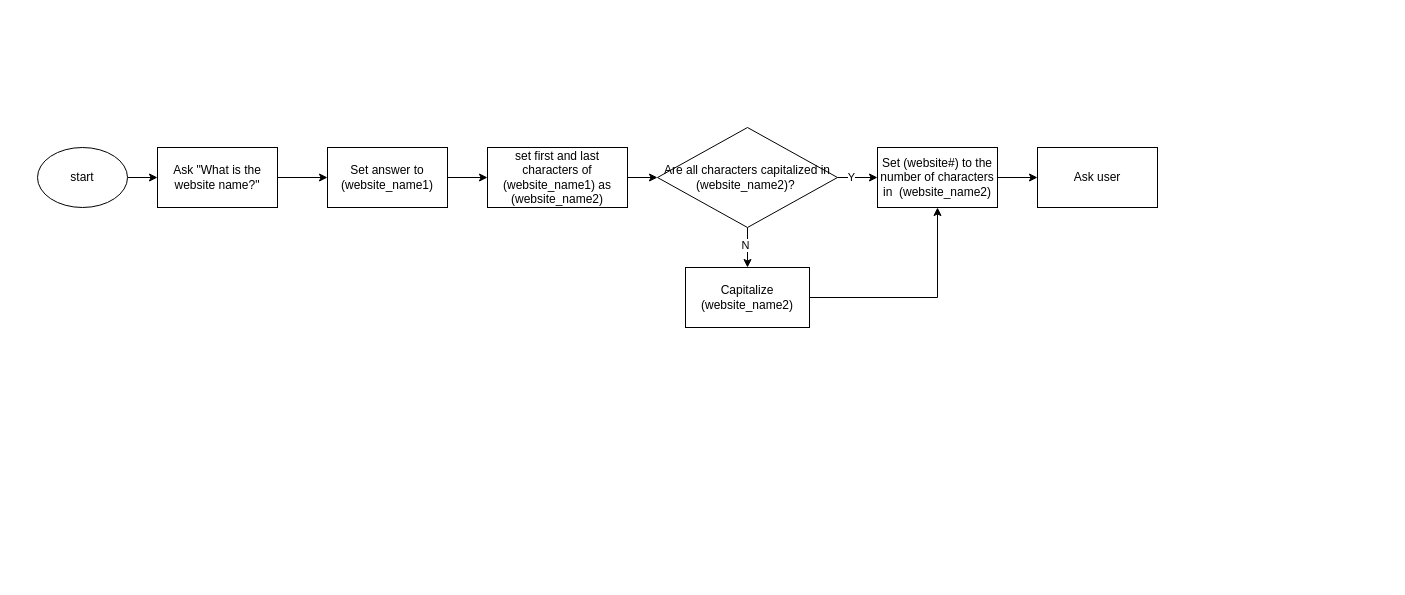
Above: Untitled Diagram.drawio in RileeyL/Password_generator (draw.io), before the change. Source tidied: cells renumbered, new cells numbered last; positions are measured from the earlier drawing's top-left corner, leaving out a move shared by most shapes. Both pictures are drawn from the tidied source at 100%, with x=0, y=0 at pixel (37, 127).
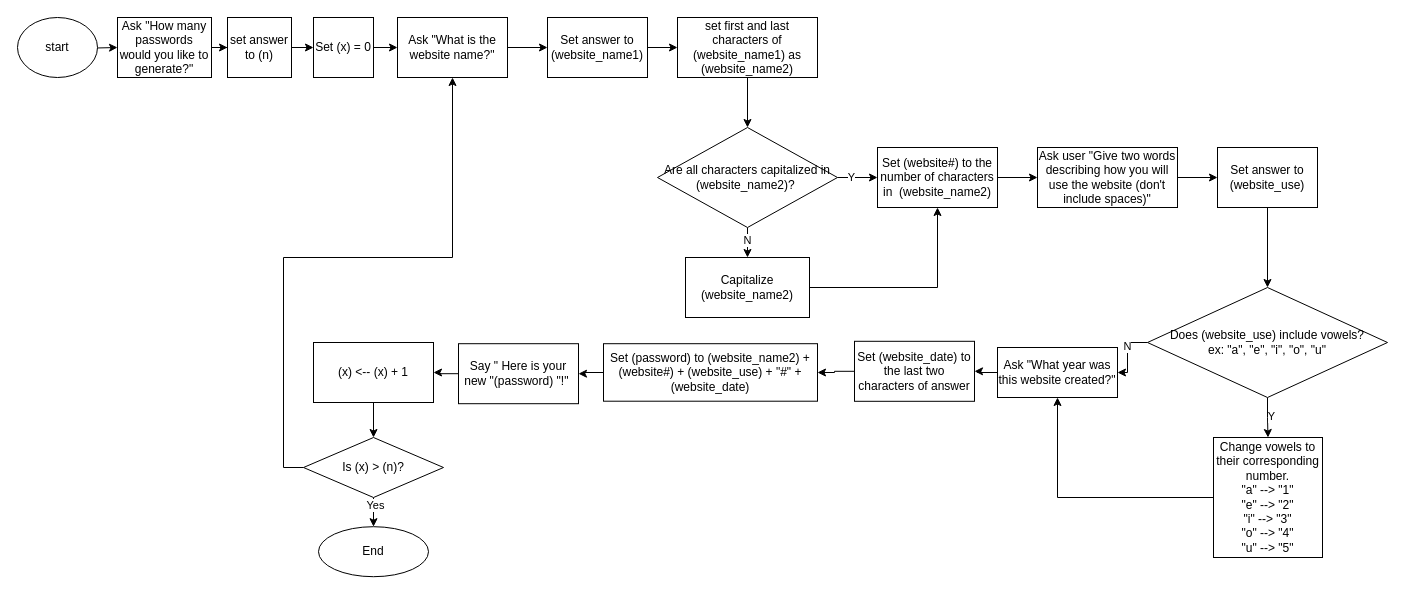
After the change.

Unchanged cells that the change refers to:
```xml
<mxCell id="18" value="Are all characters capitalized in (website_name2)?&amp;nbsp;" style="rhombus;whiteSpace=wrap;html=1;" parent="1" vertex="1">
  <mxGeometry x="620" width="180" height="100" as="geometry" />
</mxCell>
```

Change to the diagram source:
```diff
@@
-    <mxCell id="2" style="edgeStyle=orthogonalEdgeStyle;rounded=0;jettySize=auto;html=1;exitX=1;exitY=0.5;exitDx=0;exitDy=0;entryX=0;entryY=0.5;entryDx=0;entryDy=0;" parent="1" edge="1" source="3">
-      <mxGeometry relative="1" as="geometry">
-        <mxPoint x="120" y="50" as="targetPoint" />
-      </mxGeometry>
-    </mxCell>
+    <mxCell id="20" style="edgeStyle=orthogonalEdgeStyle;rounded=0;jettySize=auto;html=1;" parent="1" edge="1" target="41">
+      <mxGeometry relative="1" as="geometry">
+        <mxPoint x="36" y="-80" as="sourcePoint" />
+      </mxGeometry>
+    </mxCell>
     <mxCell id="3" value="start" style="ellipse;whiteSpace=wrap;html=1;" parent="1" vertex="1">
-      <mxGeometry y="20" width="90" height="60" as="geometry" />
+      <mxGeometry x="-20" y="-110" width="80" height="60" as="geometry" />
     </mxCell>
-    <mxCell id="4" style="edgeStyle=orthogonalEdgeStyle;rounded=0;jettySize=auto;html=1;" parent="1" edge="1" source="5" target="13">
+    <mxCell id="4" style="edgeStyle=orthogonalEdgeStyle;rounded=0;jettySize=auto;html=1;exitX=1;exitY=0.5;exitDx=0;exitDy=0;entryX=0;entryY=0.5;entryDx=0;entryDy=0;" parent="1" edge="1" source="5" target="13">
       <mxGeometry relative="1" as="geometry" />
     </mxCell>
     <mxCell id="5" value="Ask &quot;What is the website name?&quot;" style="whiteSpace=wrap;html=1;" parent="1" vertex="1">
-      <mxGeometry x="120" y="20" width="120" height="60" as="geometry" />
+      <mxGeometry x="360" y="-110" width="110" height="60" as="geometry" />
     </mxCell>
@@
     <mxCell id="7" value="set first and last characters of (website_name1) as (website_name2)" style="whiteSpace=wrap;html=1;" parent="1" vertex="1">
-      <mxGeometry x="450" y="20" width="140" height="60" as="geometry" />
+      <mxGeometry x="640" y="-110" width="140" height="60" as="geometry" />
     </mxCell>
@@
     <mxCell id="9" value="Capitalize (website_name2)" style="whiteSpace=wrap;html=1;" parent="1" vertex="1">
-      <mxGeometry x="648" y="140" width="124" height="60" as="geometry" />
+      <mxGeometry x="648" y="130" width="124" height="60" as="geometry" />
     </mxCell>
@@
     <mxCell id="13" value="Set answer to (website_name1)" style="whiteSpace=wrap;html=1;" parent="1" vertex="1">
-      <mxGeometry x="290" y="20" width="120" height="60" as="geometry" />
+      <mxGeometry x="510" y="-110" width="100" height="60" as="geometry" />
     </mxCell>
-    <mxCell id="14" style="edgeStyle=orthogonalEdgeStyle;rounded=0;jettySize=auto;html=1;" parent="1" edge="1" source="18" target="9">
-      <mxGeometry relative="1" as="geometry" />
-    </mxCell>
-    <mxCell id="15" value="N" style="edgeLabel;html=1;align=center;verticalAlign=middle;" parent="14" vertex="1">
-      <mxGeometry x="-0.18" y="-3" relative="1" as="geometry">
-        <mxPoint y="1" as="offset" />
-      </mxGeometry>
-    </mxCell>
@@
+    <mxCell id="14" style="edgeStyle=orthogonalEdgeStyle;rounded=0;jettySize=auto;html=1;exitX=0.5;exitY=1;exitDx=0;exitDy=0;entryX=0.5;entryY=0;entryDx=0;entryDy=0;" parent="1" edge="1" source="18" target="9">
+      <mxGeometry relative="1" as="geometry" />
+    </mxCell>
+    <mxCell id="21" value="N" style="edgeLabel;html=1;align=center;verticalAlign=middle;" parent="14" vertex="1">
+      <mxGeometry x="-0.21" y="-1" relative="1" as="geometry" />
+    </mxCell>
@@
+    <mxCell id="22" style="edgeStyle=orthogonalEdgeStyle;rounded=0;jettySize=auto;html=1;" parent="1" edge="1" source="19" target="24">
+      <mxGeometry relative="1" as="geometry" />
+    </mxCell>
-    <mxCell id="19" value="Ask user" style="whiteSpace=wrap;html=1;" parent="1" vertex="1">
-      <mxGeometry x="1000" y="20" width="120" height="60" as="geometry" />
+    <mxCell id="19" value="Ask user &quot;Give two words describing how you will use the website (don't include spaces)&quot;" style="whiteSpace=wrap;html=1;" parent="1" vertex="1">
+      <mxGeometry x="1000" y="20" width="140" height="60" as="geometry" />
     </mxCell>
+    <mxCell id="23" style="edgeStyle=orthogonalEdgeStyle;rounded=0;jettySize=auto;html=1;" parent="1" edge="1" source="24" target="29">
+      <mxGeometry relative="1" as="geometry" />
+    </mxCell>
+    <mxCell id="24" value="Set answer to (website_use)" style="whiteSpace=wrap;html=1;" parent="1" vertex="1">
+      <mxGeometry x="1180" y="20" width="100" height="60" as="geometry" />
+    </mxCell>
+    <mxCell id="25" style="edgeStyle=orthogonalEdgeStyle;rounded=0;jettySize=auto;html=1;" parent="1" edge="1" source="29" target="33">
+      <mxGeometry relative="1" as="geometry" />
+    </mxCell>
+    <mxCell id="26" value="Y" style="edgeLabel;html=1;align=center;verticalAlign=middle;" parent="25" vertex="1">
+      <mxGeometry x="-0.1" y="3" relative="1" as="geometry" />
+    </mxCell>
+    <mxCell id="27" style="edgeStyle=orthogonalEdgeStyle;rounded=0;jettySize=auto;html=1;" parent="1" edge="1" source="29" target="31">
+      <mxGeometry relative="1" as="geometry" />
+    </mxCell>
+    <mxCell id="28" value="N" style="edgeLabel;html=1;align=center;verticalAlign=middle;" parent="27" vertex="1">
+      <mxGeometry x="-0.25" y="-1" relative="1" as="geometry" />
+    </mxCell>
+    <mxCell id="29" value="Does (website_use) include vowels?&lt;br&gt;ex: &quot;a&quot;, &quot;e&quot;, &quot;i&quot;, &quot;o&quot;, &quot;u&quot;" style="rhombus;whiteSpace=wrap;html=1;" parent="1" vertex="1">
+      <mxGeometry x="1110" y="160" width="240" height="110" as="geometry" />
+    </mxCell>
+    <mxCell id="30" style="edgeStyle=orthogonalEdgeStyle;rounded=0;jettySize=auto;html=1;" parent="1" edge="1" source="31" target="35">
+      <mxGeometry relative="1" as="geometry" />
+    </mxCell>
+    <mxCell id="31" value="Ask &quot;What year was this website created?&quot;" style="whiteSpace=wrap;html=1;" parent="1" vertex="1">
+      <mxGeometry x="960" y="220" width="120" height="50" as="geometry" />
+    </mxCell>
+    <mxCell id="32" style="edgeStyle=orthogonalEdgeStyle;rounded=0;jettySize=auto;html=1;entryX=0.5;entryY=1;entryDx=0;entryDy=0;" parent="1" edge="1" source="33" target="31">
+      <mxGeometry relative="1" as="geometry" />
+    </mxCell>
+    <mxCell id="33" value="Change vowels to their corresponding number.&lt;br&gt;&quot;a&quot; --&amp;gt; &quot;1&quot;&lt;br&gt;&quot;e&quot; --&amp;gt; &quot;2&quot;&lt;br&gt;&quot;i&quot; --&amp;gt; &quot;3&quot;&lt;br&gt;&quot;o&quot; --&amp;gt; &quot;4&quot;&lt;br&gt;&quot;u&quot; --&amp;gt; &quot;5&quot;" style="whiteSpace=wrap;html=1;" parent="1" vertex="1">
+      <mxGeometry x="1176" y="310" width="109" height="120" as="geometry" />
+    </mxCell>
+    <mxCell id="34" style="edgeStyle=orthogonalEdgeStyle;rounded=0;jettySize=auto;html=1;" parent="1" edge="1" source="35" target="37">
+      <mxGeometry relative="1" as="geometry" />
+    </mxCell>
+    <mxCell id="35" value="Set (website_date) to the last two characters of answer" style="whiteSpace=wrap;html=1;" parent="1" vertex="1">
+      <mxGeometry x="817" y="213.8" width="120" height="60" as="geometry" />
+    </mxCell>
+    <mxCell id="36" style="edgeStyle=orthogonalEdgeStyle;rounded=0;jettySize=auto;html=1;" parent="1" edge="1" source="37" target="39">
+      <mxGeometry relative="1" as="geometry" />
+    </mxCell>
+    <mxCell id="37" value="Set (password) to (website_name2) + (website#) + (website_use) + &quot;#&quot; + (website_date)" style="whiteSpace=wrap;html=1;" parent="1" vertex="1">
+      <mxGeometry x="566" y="216.2" width="214" height="57.5" as="geometry" />
+    </mxCell>
+    <mxCell id="38" style="edgeStyle=orthogonalEdgeStyle;rounded=0;jettySize=auto;html=1;" parent="1" edge="1" source="39" target="45">
+      <mxGeometry relative="1" as="geometry" />
+    </mxCell>
+    <mxCell id="39" value="Say &quot; Here is your new &quot;(password) &quot;!&quot;&amp;nbsp;" style="whiteSpace=wrap;html=1;" parent="1" vertex="1">
+      <mxGeometry x="421" y="216.2" width="120" height="60" as="geometry" />
+    </mxCell>
+    <mxCell id="40" style="edgeStyle=orthogonalEdgeStyle;rounded=0;jettySize=auto;html=1;" parent="1" edge="1" source="41" target="43">
+      <mxGeometry relative="1" as="geometry" />
+    </mxCell>
+    <mxCell id="41" value="Ask &quot;How many passwords would you like to generate?&quot;" style="whiteSpace=wrap;html=1;" parent="1" vertex="1">
+      <mxGeometry x="80" y="-110" width="94" height="60" as="geometry" />
+    </mxCell>
+    <mxCell id="42" style="edgeStyle=orthogonalEdgeStyle;rounded=0;jettySize=auto;html=1;" parent="1" edge="1" source="43" target="52">
+      <mxGeometry relative="1" as="geometry" />
+    </mxCell>
+    <mxCell id="43" value="set answer to (n)" style="rounded=0;whiteSpace=wrap;html=1;" parent="1" vertex="1">
+      <mxGeometry x="190" y="-110" width="64" height="60" as="geometry" />
+    </mxCell>
+    <mxCell id="44" style="edgeStyle=orthogonalEdgeStyle;rounded=0;jettySize=auto;html=1;exitX=0.5;exitY=1;exitDx=0;exitDy=0;entryX=0.5;entryY=0;entryDx=0;entryDy=0;" parent="1" edge="1" source="45" target="49">
+      <mxGeometry relative="1" as="geometry" />
+    </mxCell>
+    <mxCell id="45" value="(x) &amp;lt;-- (x) + 1" style="rounded=0;whiteSpace=wrap;html=1;" parent="1" vertex="1">
+      <mxGeometry x="276" y="215" width="120" height="60" as="geometry" />
+    </mxCell>
+    <mxCell id="46" style="edgeStyle=orthogonalEdgeStyle;rounded=0;jettySize=auto;html=1;" parent="1" edge="1" source="49">
+      <mxGeometry relative="1" as="geometry">
+        <mxPoint x="336" y="399.2" as="targetPoint" />
+        <Array as="points">
+          <mxPoint x="336" y="359.2" />
+          <mxPoint x="336" y="359.2" />
+        </Array>
+      </mxGeometry>
+    </mxCell>
+    <mxCell id="47" value="Yes" style="edgeLabel;html=1;align=center;verticalAlign=middle;" parent="46" vertex="1">
+      <mxGeometry x="-0.44" y="1" relative="1" as="geometry">
+        <mxPoint y="-1" as="offset" />
+      </mxGeometry>
+    </mxCell>
+    <mxCell id="48" style="edgeStyle=orthogonalEdgeStyle;rounded=0;jettySize=auto;html=1;exitX=0;exitY=0.5;exitDx=0;exitDy=0;entryX=0.5;entryY=1;entryDx=0;entryDy=0;" parent="1" edge="1" source="49" target="5">
+      <mxGeometry relative="1" as="geometry" />
+    </mxCell>
+    <mxCell id="49" value="Is (x) &amp;gt; (n)?" style="rhombus;whiteSpace=wrap;html=1;" parent="1" vertex="1">
+      <mxGeometry x="266" y="310" width="140" height="60" as="geometry" />
+    </mxCell>
+    <mxCell id="50" value="End" style="ellipse;whiteSpace=wrap;html=1;" parent="1" vertex="1">
+      <mxGeometry x="281" y="399.2" width="110" height="50" as="geometry" />
+    </mxCell>
+    <mxCell id="51" style="edgeStyle=orthogonalEdgeStyle;rounded=0;jettySize=auto;html=1;" parent="1" edge="1" source="52" target="5">
+      <mxGeometry relative="1" as="geometry" />
+    </mxCell>
+    <mxCell id="52" value="Set (x) = 0" style="whiteSpace=wrap;html=1;rounded=0;" parent="1" vertex="1">
+      <mxGeometry x="276" y="-110" width="60" height="60" as="geometry" />
+    </mxCell>
```
